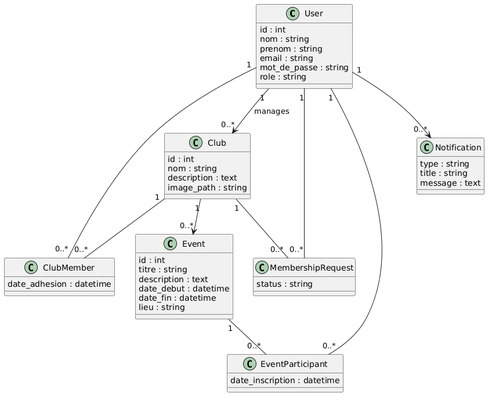
Above: docs/diags/DiagDeC.png in wale-eddine/University-Club-Manager (PlantUML), before the change. Source of this version:
```plantuml
@startuml
class User {
id : int
nom : string
prenom : string
email : string
mot_de_passe : string
role : string
}

class Club {
id : int
nom : string
description : text
image_path : string
}

class ClubMember {
date_adhesion : datetime
}

class MembershipRequest {
status : string
}

class Event {
id : int
titre : string
description : text
date_debut : datetime
date_fin : datetime
lieu : string
}

class EventParticipant {
date_inscription : datetime
}

class Notification {
type : string
title : string
message : text
}


User "1" --> "0..*" Club : manages

User "1" -- "0..*" ClubMember
Club "1" -- "0..*" ClubMember

User "1" -- "0..*" MembershipRequest
Club "1" -- "0..*" MembershipRequest

Club "1" --> "0..*" Event

User "1" -- "0..*" EventParticipant
Event "1" -- "0..*" EventParticipant

User "1" --> "0..*" Notification
@enduml
```
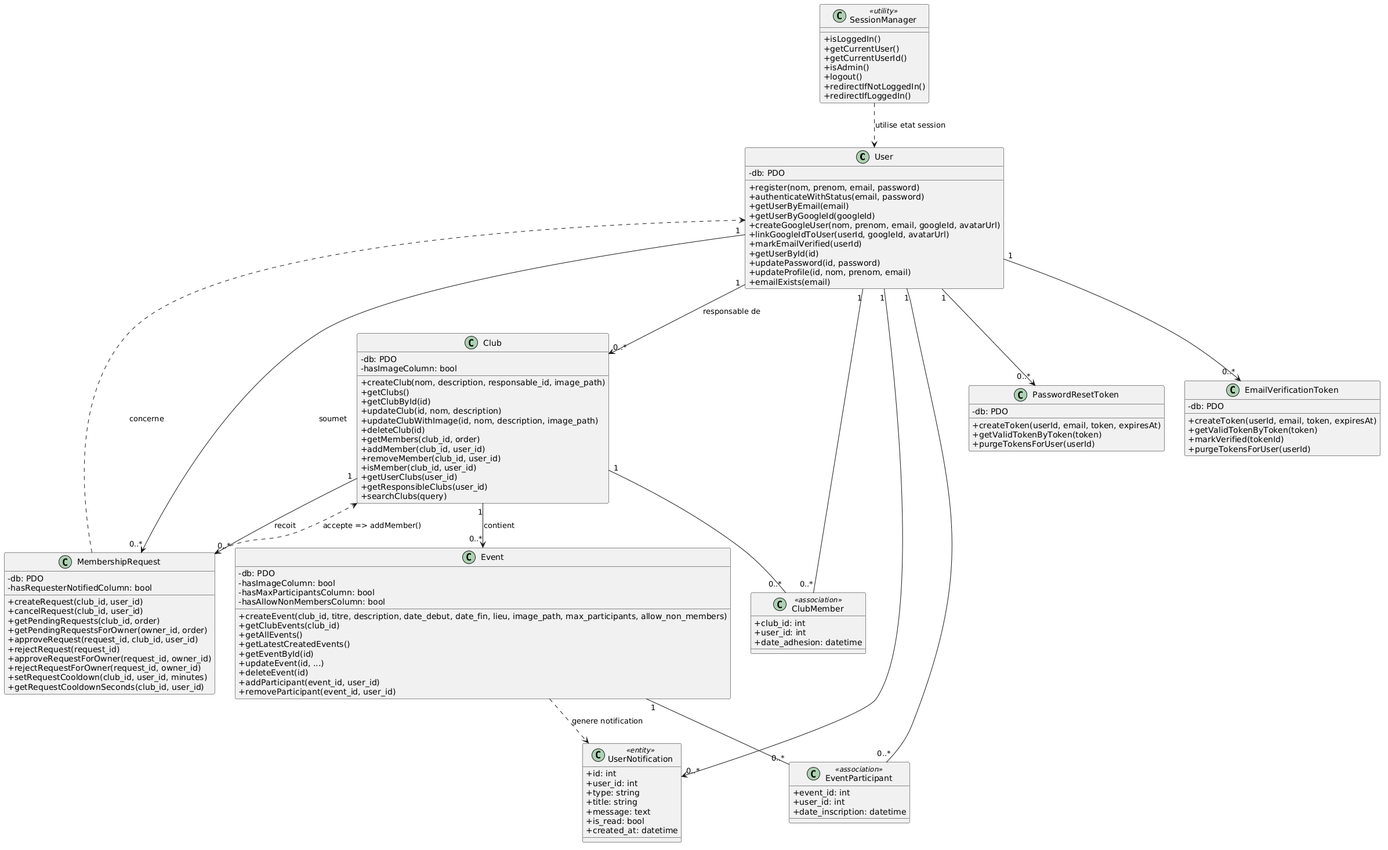
After the commit.

Commit message:
docs: Add and update complete UML documentation suite

The edit, as a diff of the source:
```diff
@@ -1,60 +1,134 @@
 @startuml
+skinparam classAttributeIconSize 0
+
 class User {
-id : int
-nom : string
-prenom : string
-email : string
-mot_de_passe : string
-role : string
+  - db: PDO
+  + register(nom, prenom, email, password)
+  + authenticateWithStatus(email, password)
+  + getUserByEmail(email)
+  + getUserByGoogleId(googleId)
+  + createGoogleUser(nom, prenom, email, googleId, avatarUrl)
+  + linkGoogleIdToUser(userId, googleId, avatarUrl)
+  + markEmailVerified(userId)
+  + getUserById(id)
+  + updatePassword(id, password)
+  + updateProfile(id, nom, prenom, email)
+  + emailExists(email)
 }
 
 class Club {
-id : int
-nom : string
-description : text
-image_path : string
-}
-
-class ClubMember {
-date_adhesion : datetime
+  - db: PDO
+  - hasImageColumn: bool
+  + createClub(nom, description, responsable_id, image_path)
+  + getClubs()
+  + getClubById(id)
+  + updateClub(id, nom, description)
+  + updateClubWithImage(id, nom, description, image_path)
+  + deleteClub(id)
+  + getMembers(club_id, order)
+  + addMember(club_id, user_id)
+  + removeMember(club_id, user_id)
+  + isMember(club_id, user_id)
+  + getUserClubs(user_id)
+  + getResponsibleClubs(user_id)
+  + searchClubs(query)
 }
 
 class MembershipRequest {
-status : string
+  - db: PDO
+  - hasRequesterNotifiedColumn: bool
+  + createRequest(club_id, user_id)
+  + cancelRequest(club_id, user_id)
+  + getPendingRequests(club_id, order)
+  + getPendingRequestsForOwner(owner_id, order)
+  + approveRequest(request_id, club_id, user_id)
+  + rejectRequest(request_id)
+  + approveRequestForOwner(request_id, owner_id)
+  + rejectRequestForOwner(request_id, owner_id)
+  + setRequestCooldown(club_id, user_id, minutes)
+  + getRequestCooldownSeconds(club_id, user_id)
 }
 
 class Event {
-id : int
-titre : string
-description : text
-date_debut : datetime
-date_fin : datetime
-lieu : string
+  - db: PDO
+  - hasImageColumn: bool
+  - hasMaxParticipantsColumn: bool
+  - hasAllowNonMembersColumn: bool
+  + createEvent(club_id, titre, description, date_debut, date_fin, lieu, image_path, max_participants, allow_non_members)
+  + getClubEvents(club_id)
+  + getAllEvents()
+  + getLatestCreatedEvents()
+  + getEventById(id)
+  + updateEvent(id, ...)
+  + deleteEvent(id)
+  + addParticipant(event_id, user_id)
+  + removeParticipant(event_id, user_id)
 }
 
-class EventParticipant {
-date_inscription : datetime
+class PasswordResetToken {
+  - db: PDO
+  + createToken(userId, email, token, expiresAt)
+  + getValidTokenByToken(token)
+  + purgeTokensForUser(userId)
 }
 
-class Notification {
-type : string
-title : string
-message : text
+class EmailVerificationToken {
+  - db: PDO
+  + createToken(userId, email, token, expiresAt)
+  + getValidTokenByToken(token)
+  + markVerified(tokenId)
+  + purgeTokensForUser(userId)
 }
 
+class SessionManager <<utility>> {
+  + isLoggedIn()
+  + getCurrentUser()
+  + getCurrentUserId()
+  + isAdmin()
+  + logout()
+  + redirectIfNotLoggedIn()
+  + redirectIfLoggedIn()
+}
 
-User "1" --> "0..*" Club : manages
+class UserNotification <<entity>> {
+  + id: int
+  + user_id: int
+  + type: string
+  + title: string
+  + message: text
+  + is_read: bool
+  + created_at: datetime
+}
+
+class ClubMember <<association>> {
+  + club_id: int
+  + user_id: int
+  + date_adhesion: datetime
+}
+
+class EventParticipant <<association>> {
+  + event_id: int
+  + user_id: int
+  + date_inscription: datetime
+}
+
+User "1" --> "0..*" Club : responsable de
+Club "1" --> "0..*" Event : contient
+User "1" --> "0..*" MembershipRequest : soumet
+Club "1" --> "0..*" MembershipRequest : recoit
+
+User "1" --> "0..*" PasswordResetToken
+User "1" --> "0..*" EmailVerificationToken
+User "1" --> "0..*" UserNotification
 
 User "1" -- "0..*" ClubMember
 Club "1" -- "0..*" ClubMember
 
-User "1" -- "0..*" MembershipRequest
-Club "1" -- "0..*" MembershipRequest
-
-Club "1" --> "0..*" Event
-
 User "1" -- "0..*" EventParticipant
 Event "1" -- "0..*" EventParticipant
 
-User "1" --> "0..*" Notification
+MembershipRequest ..> Club : accepte => addMember()
+MembershipRequest ..> User : concerne
+Event ..> UserNotification : genere notification
+SessionManager ..> User : utilise etat session
 @enduml
```
